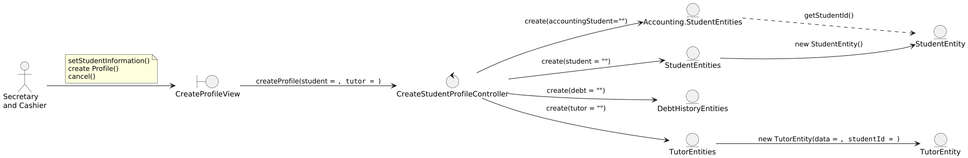
wsmcbl/wsmcbl.doc keeps this PlantUML diagram as out/DesignView/AnalysisView/UseCaseAnalysis/CU02.CreateStudentProfile/Collaboration.CU02.Analysis.png. Above is the earlier version.
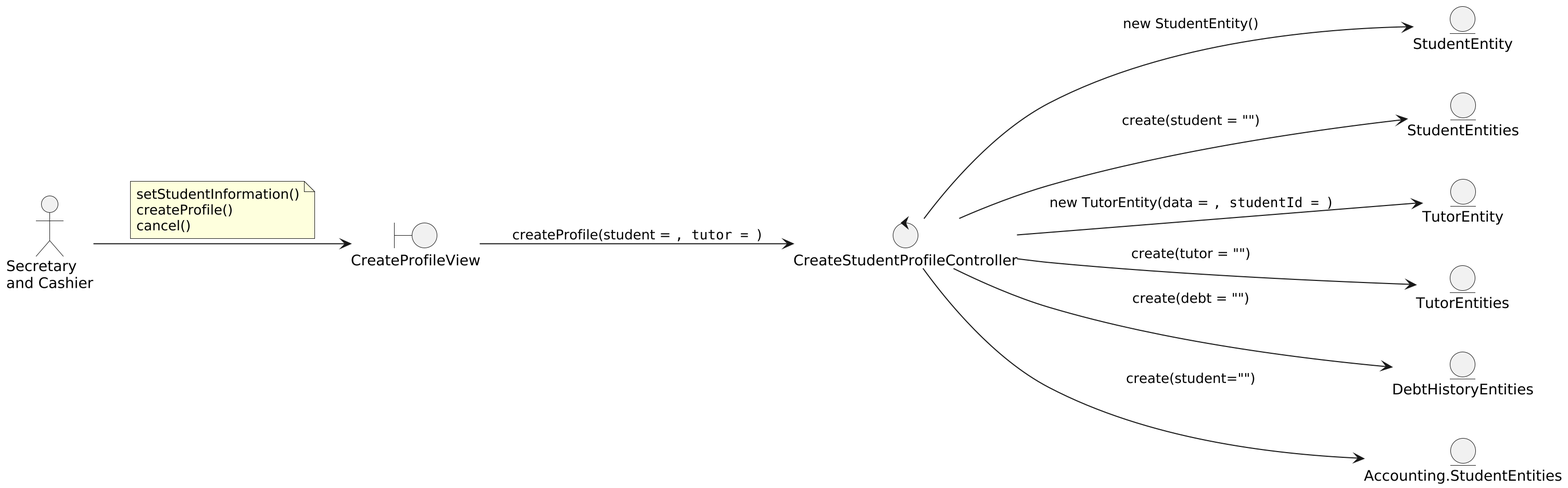
The same diagram one commit later.

What changed in the source:
```diff
@@ -18,7 +18,7 @@
 theActor --> CreateProfileView
 note on link
     setStudentInformation()
-    create Profile()
+    createProfile()
     cancel()
 end note
 
@@ -27,10 +27,9 @@
 CreateStudentProfileController --> StudentEntities : create(student = "")
 CreateStudentProfileController --> TutorEntities : create(tutor = "")
 CreateStudentProfileController --> DebtHistoryEntities : create(debt = "")
-CreateStudentProfileController --> Accounting.StudentEntities : create(accountingStudent="")
+CreateStudentProfileController --> Accounting.StudentEntities : create(student="")
+CreateStudentProfileController --> StudentEntity : new StudentEntity()
+CreateStudentProfileController --> TutorEntity : new TutorEntity(data = "", studentId = "")
 
-StudentEntities --> StudentEntity : new StudentEntity()
-TutorEntities --> TutorEntity : new TutorEntity(data = "", studentId = "")
-Accounting.StudentEntities ..> StudentEntity : getStudentId()
 
 @enduml
```
